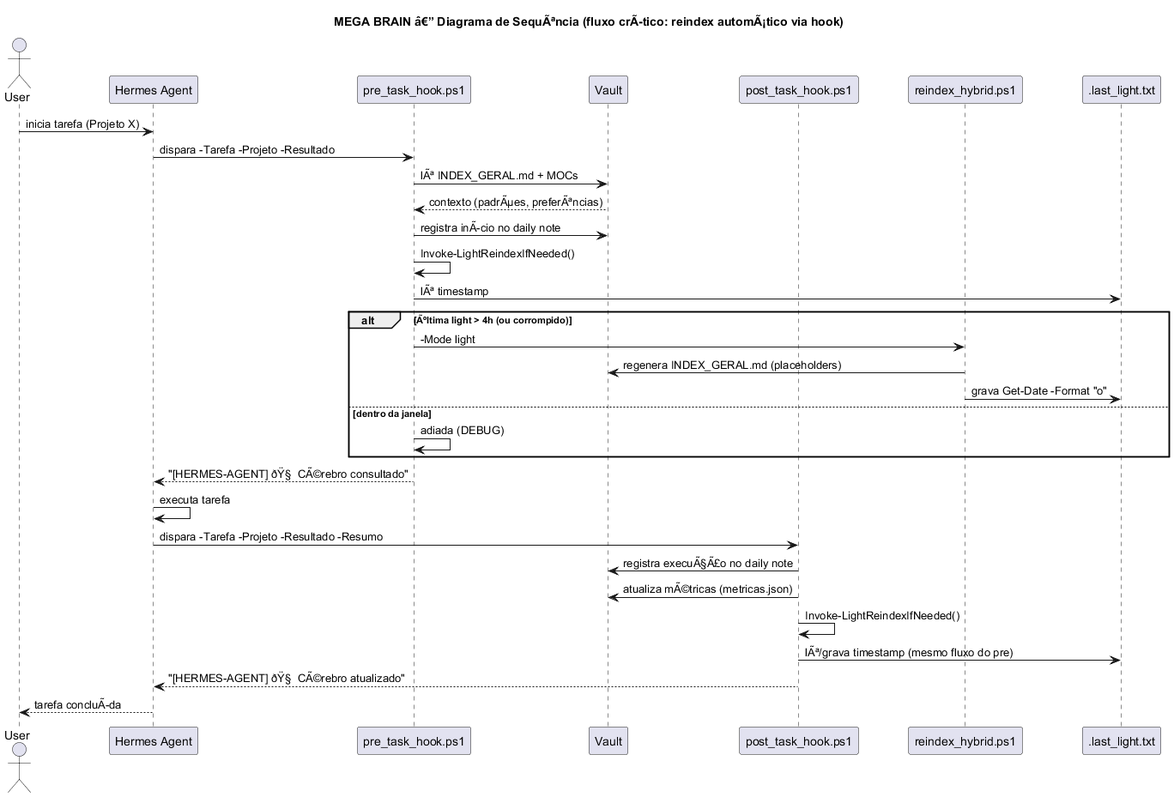
marceloacaci/mega-brain keeps this PlantUML diagram as docs/uml/sequence-diagram.png. Above is the earlier version. Source of this version:
```plantuml
@startuml
title MEGA BRAIN â€” Diagrama de SequÃªncia (fluxo crÃ­tico: reindex automÃ¡tico via hook)

actor User
participant Hermes as "Hermes Agent"
participant Pre as "pre_task_hook.ps1"
participant Vault
participant Post as "post_task_hook.ps1"
participant Reindex as "reindex_hybrid.ps1"
participant Log as ".last_light.txt"

User -> Hermes: inicia tarefa (Projeto X)
Hermes -> Pre: dispara -Tarefa -Projeto -Resultado
Pre -> Vault: lÃª INDEX_GERAL.md + MOCs
Vault --> Pre: contexto (padrÃµes, preferÃªncias)
Pre -> Vault: registra inÃ­cio no daily note
Pre -> Pre: Invoke-LightReindexIfNeeded()
Pre -> Log: lÃª timestamp
alt Ãºltima light > 4h (ou corrompido)
    Pre -> Reindex: -Mode light
    Reindex -> Vault: regenera INDEX_GERAL.md (placeholders)
    Reindex -> Log: grava Get-Date -Format "o"
else dentro da janela
    Pre -> Pre: adiada (DEBUG)
end
Pre --> Hermes: "[HERMES-AGENT] ðŸ§  CÃ©rebro consultado"

Hermes -> Hermes: executa tarefa
Hermes -> Post: dispara -Tarefa -Projeto -Resultado -Resumo
Post -> Vault: registra execuÃ§Ã£o no daily note
Post -> Vault: atualiza mÃ©tricas (metricas.json)
Post -> Post: Invoke-LightReindexIfNeeded()
Post -> Log: lÃª/grava timestamp (mesmo fluxo do pre)
Post --> Hermes: "[HERMES-AGENT] ðŸ§  CÃ©rebro atualizado"
Hermes --> User: tarefa concluÃ­da
@enduml
```
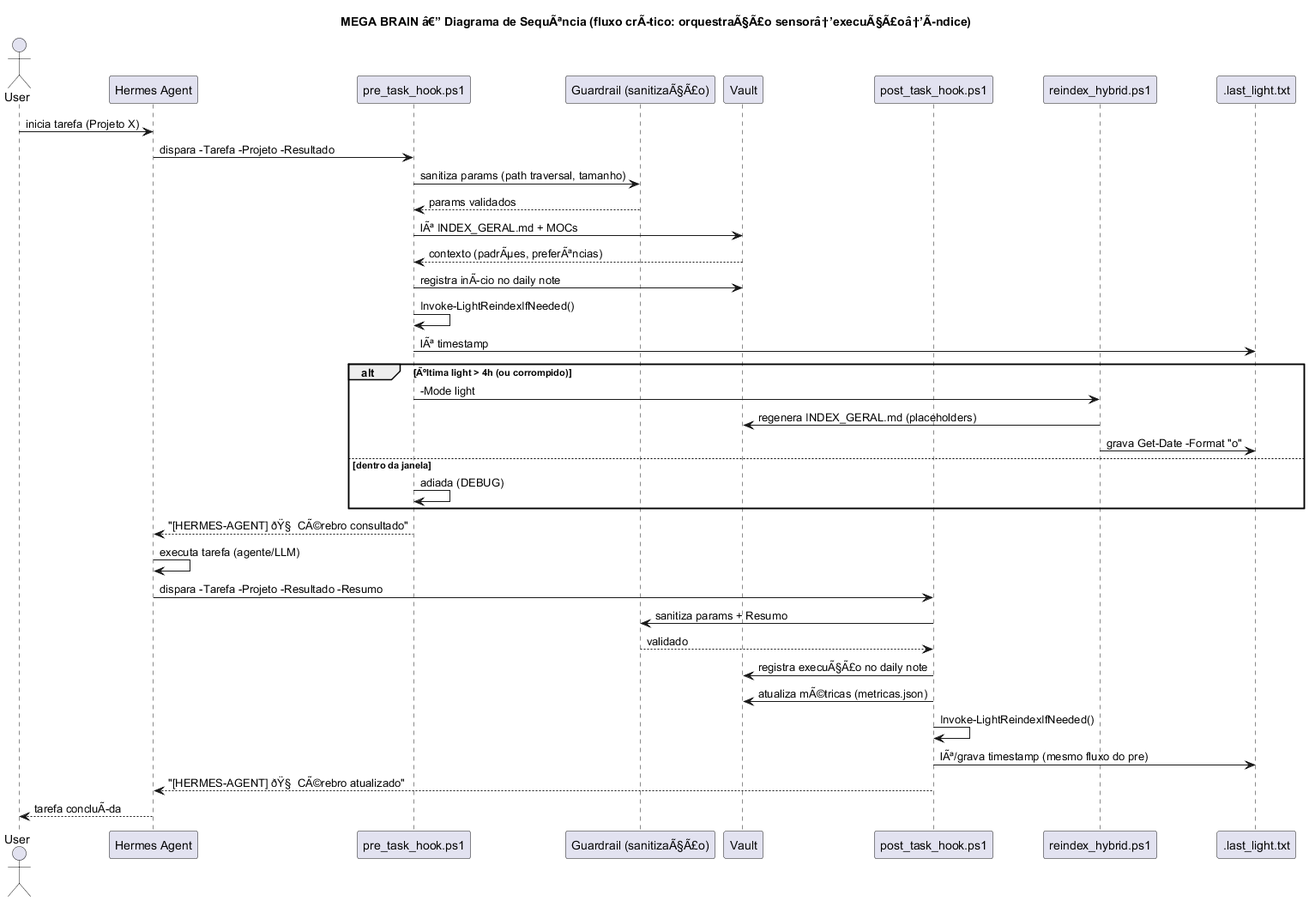
After the commit.

Change to the diagram source:
```diff
@@ -1,9 +1,10 @@
 @startuml
-title MEGA BRAIN â€” Diagrama de SequÃªncia (fluxo crÃ­tico: reindex automÃ¡tico via hook)
+title MEGA BRAIN â€” Diagrama de SequÃªncia (fluxo crÃ­tico: orquestraÃ§Ã£o sensorâ†’execuÃ§Ã£oâ†’Ã­ndice)
 
 actor User
 participant Hermes as "Hermes Agent"
 participant Pre as "pre_task_hook.ps1"
+participant Guard as "Guardrail (sanitizaÃ§Ã£o)"
 participant Vault
 participant Post as "post_task_hook.ps1"
 participant Reindex as "reindex_hybrid.ps1"
@@ -11,6 +12,8 @@
 
 User -> Hermes: inicia tarefa (Projeto X)
 Hermes -> Pre: dispara -Tarefa -Projeto -Resultado
+Pre -> Guard: sanitiza params (path traversal, tamanho)
+Guard --> Pre: params validados
 Pre -> Vault: lÃª INDEX_GERAL.md + MOCs
 Vault --> Pre: contexto (padrÃµes, preferÃªncias)
 Pre -> Vault: registra inÃ­cio no daily note
@@ -25,8 +28,11 @@
 end
 Pre --> Hermes: "[HERMES-AGENT] ðŸ§  CÃ©rebro consultado"
 
-Hermes -> Hermes: executa tarefa
+Hermes -> Hermes: executa tarefa (agente/LLM)
+
 Hermes -> Post: dispara -Tarefa -Projeto -Resultado -Resumo
+Post -> Guard: sanitiza params + Resumo
+Guard --> Post: validado
 Post -> Vault: registra execuÃ§Ã£o no daily note
 Post -> Vault: atualiza mÃ©tricas (metricas.json)
 Post -> Post: Invoke-LightReindexIfNeeded()
```
